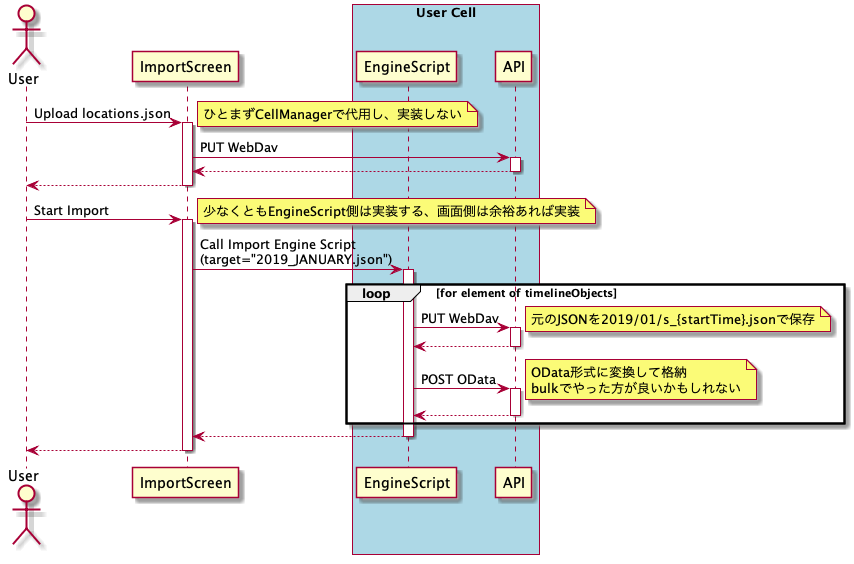
personium/app-personium-trails keeps this PlantUML diagram as docs/design/import/ImportScreen.png. Above is the earlier version.
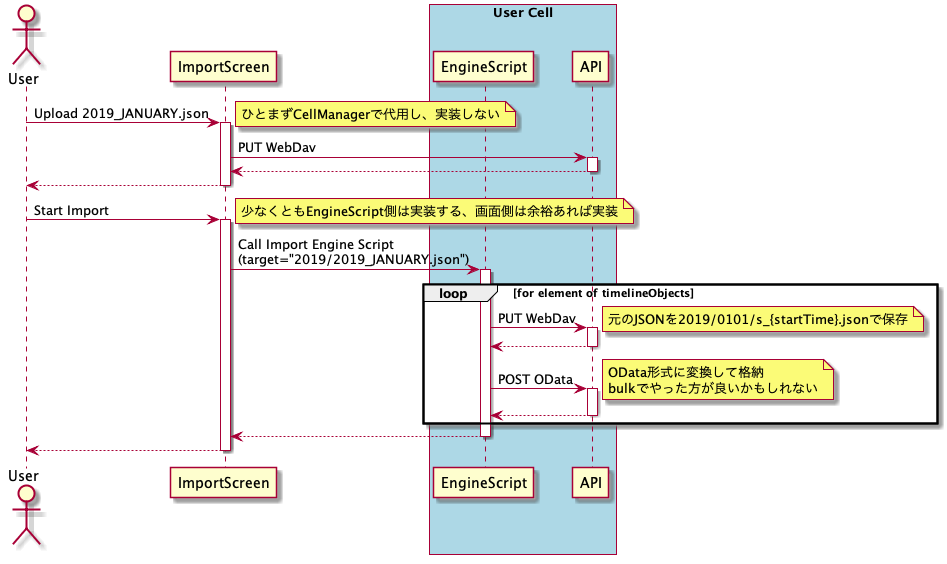
After the change.

The edit, as a diff of the source:
```diff
@@ -8,7 +8,7 @@
   participant API
 end box
 
-User -> ImportScreen : Upload locations.json
+User -> ImportScreen : Upload 2019_JANUARY.json
 note right: ひとまずCellManagerで代用し、実装しない
 activate ImportScreen
   ImportScreen -> API : PUT WebDav
@@ -21,11 +21,11 @@
 User -> ImportScreen : Start Import
 note right: 少なくともEngineScript側は実装する、画面側は余裕あれば実装
 activate ImportScreen
-  ImportScreen -> EngineScript : Call Import Engine Script\n(target="2019_JANUARY.json")
+  ImportScreen -> EngineScript : Call Import Engine Script\n(target="2019/2019_JANUARY.json")
   activate EngineScript
     loop for element of timelineObjects
       EngineScript -> API : PUT WebDav
-      note right: 元のJSONを2019/01/s_{startTime}.jsonで保存
+      note right: 元のJSONを2019/0101/s_{startTime}.jsonで保存
       activate API
       EngineScript <-- API
       deactivate API
```
